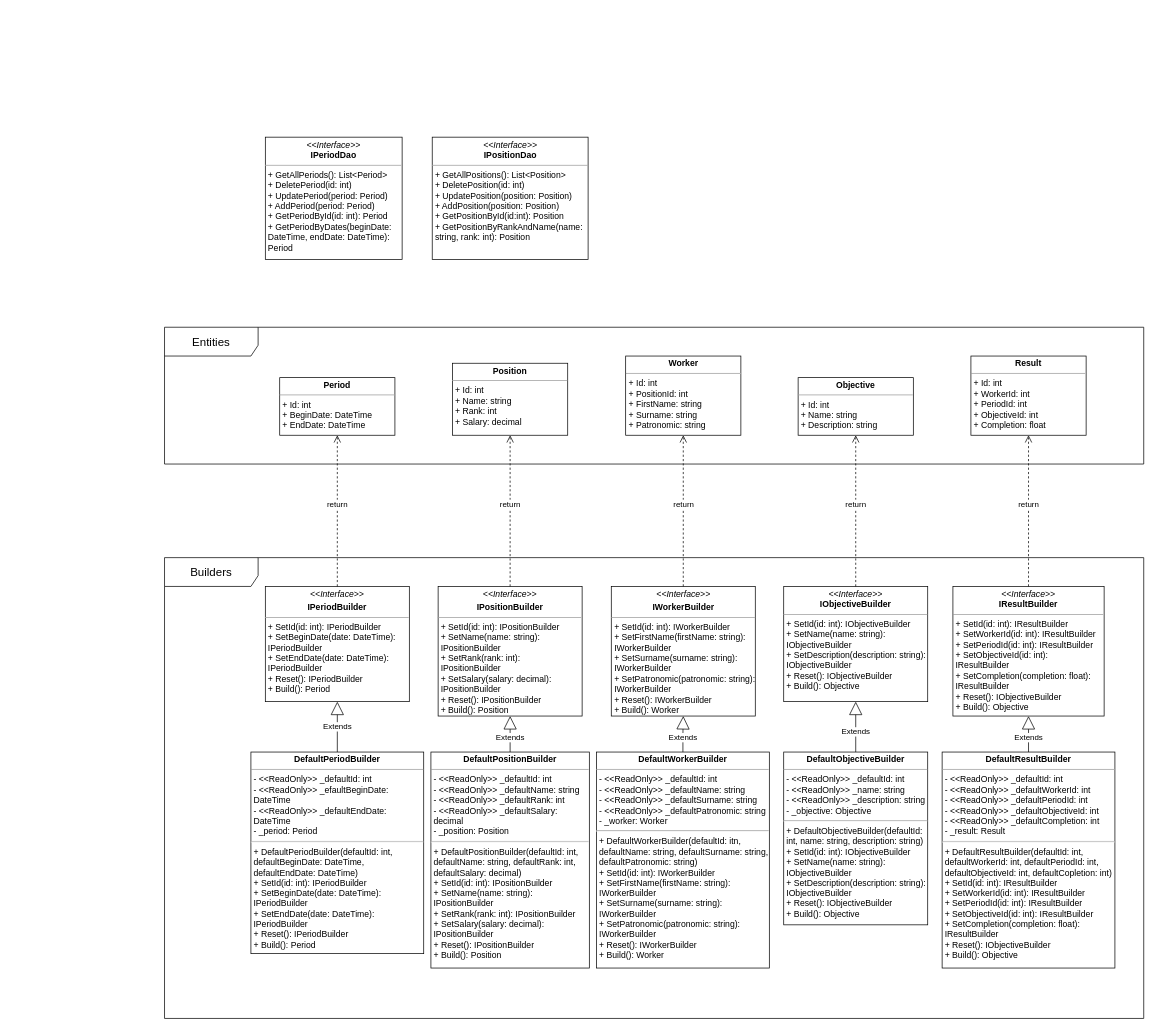
Mehanari/TaPP_Designs keeps this draw.io diagram as TaPP_First_Practice_Design.drawio. Above is the earlier version. Source tidied: cells renumbered, new cells numbered last; positions are measured from the earlier drawing's top-left corner, leaving out a move shared by most shapes. Both pictures are drawn from the tidied source at 72%, with x=0, y=0 at pixel (164, 137).
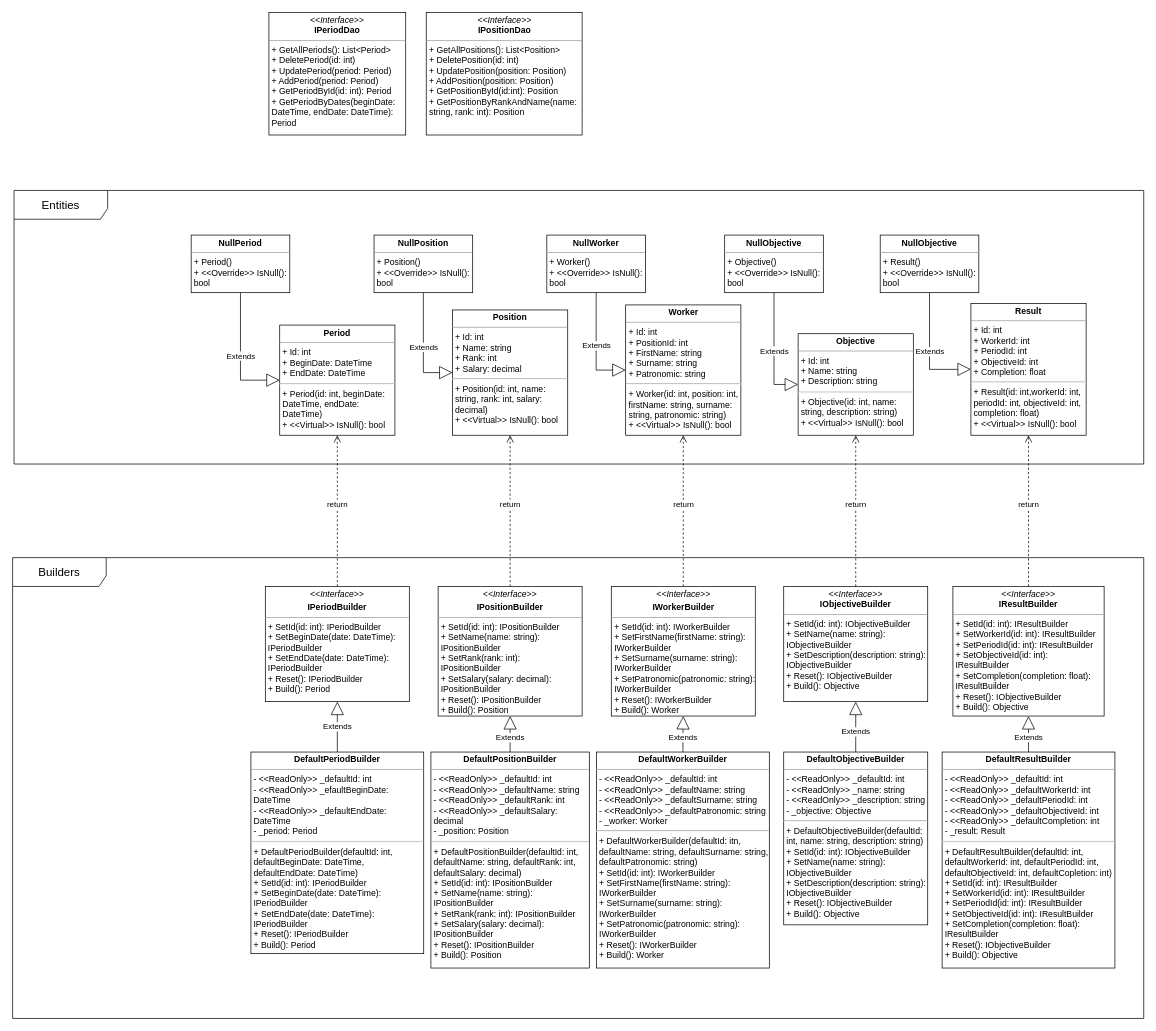
After the change.

What changed in the source:
```diff
@@
     <mxCell id="2" value="&lt;font style=&quot;font-size: 16px;&quot;&gt;Entities&lt;/font&gt;" style="shape=umlFrame;whiteSpace=wrap;html=1;width=130;height=40;" parent="1" vertex="1">
-      <mxGeometry y="264" width="1360" height="190" as="geometry" />
+      <mxGeometry x="-209" y="74" width="1569" height="380" as="geometry" />
     </mxCell>
-    <mxCell id="3" value="&lt;p style=&quot;margin:0px;margin-top:4px;text-align:center;&quot;&gt;&lt;b&gt;Period&lt;/b&gt;&lt;/p&gt;&lt;hr size=&quot;1&quot;&gt;&lt;p style=&quot;margin:0px;margin-left:4px;&quot;&gt;+ Id: int&lt;/p&gt;&lt;p style=&quot;margin:0px;margin-left:4px;&quot;&gt;+ BeginDate: DateTime&lt;/p&gt;&lt;p style=&quot;margin:0px;margin-left:4px;&quot;&gt;+ EndDate: DateTime&lt;/p&gt;" style="verticalAlign=top;align=left;overflow=fill;fontSize=12;fontFamily=Helvetica;html=1;whiteSpace=wrap;" parent="1" vertex="1">
-      <mxGeometry x="160" y="334" width="160" height="80" as="geometry" />
+    <mxCell id="3" value="&lt;p style=&quot;margin:0px;margin-top:4px;text-align:center;&quot;&gt;&lt;b&gt;Period&lt;/b&gt;&lt;/p&gt;&lt;hr size=&quot;1&quot;&gt;&lt;p style=&quot;margin:0px;margin-left:4px;&quot;&gt;+ Id: int&lt;/p&gt;&lt;p style=&quot;margin:0px;margin-left:4px;&quot;&gt;+ BeginDate: DateTime&lt;/p&gt;&lt;p style=&quot;margin:0px;margin-left:4px;&quot;&gt;+ EndDate: DateTime&lt;/p&gt;&lt;hr&gt;&lt;p style=&quot;margin:0px;margin-left:4px;&quot;&gt;+ Period(id: int, beginDate: DateTime, endDate: DateTime)&lt;/p&gt;&lt;p style=&quot;margin:0px;margin-left:4px;&quot;&gt;+ &amp;lt;&amp;lt;Virtual&amp;gt;&amp;gt; IsNull(): bool&lt;/p&gt;" style="verticalAlign=top;align=left;overflow=fill;fontSize=12;fontFamily=Helvetica;html=1;whiteSpace=wrap;" parent="1" vertex="1">
+      <mxGeometry x="160" y="261" width="160" height="153" as="geometry" />
     </mxCell>
-    <mxCell id="4" value="&lt;p style=&quot;margin:0px;margin-top:4px;text-align:center;&quot;&gt;&lt;b&gt;Position&lt;/b&gt;&lt;/p&gt;&lt;hr size=&quot;1&quot;&gt;&lt;p style=&quot;margin:0px;margin-left:4px;&quot;&gt;+ Id: int&lt;/p&gt;&lt;p style=&quot;margin:0px;margin-left:4px;&quot;&gt;+ Name: string&lt;/p&gt;&lt;p style=&quot;margin:0px;margin-left:4px;&quot;&gt;+ Rank: int&lt;/p&gt;&lt;p style=&quot;margin:0px;margin-left:4px;&quot;&gt;+ Salary: decimal&lt;/p&gt;" style="verticalAlign=top;align=left;overflow=fill;fontSize=12;fontFamily=Helvetica;html=1;whiteSpace=wrap;" parent="1" vertex="1">
-      <mxGeometry x="400" y="314" width="160" height="100" as="geometry" />
+    <mxCell id="4" value="&lt;p style=&quot;margin:0px;margin-top:4px;text-align:center;&quot;&gt;&lt;b&gt;Position&lt;/b&gt;&lt;/p&gt;&lt;hr size=&quot;1&quot;&gt;&lt;p style=&quot;margin:0px;margin-left:4px;&quot;&gt;+ Id: int&lt;/p&gt;&lt;p style=&quot;margin:0px;margin-left:4px;&quot;&gt;+ Name: string&lt;/p&gt;&lt;p style=&quot;margin:0px;margin-left:4px;&quot;&gt;+ Rank: int&lt;/p&gt;&lt;p style=&quot;margin:0px;margin-left:4px;&quot;&gt;+ Salary: decimal&lt;/p&gt;&lt;hr&gt;&lt;p style=&quot;margin:0px;margin-left:4px;&quot;&gt;+ Position(id: int, name: string, rank: int, salary: decimal)&lt;/p&gt;&lt;p style=&quot;margin:0px;margin-left:4px;&quot;&gt;+ &amp;lt;&amp;lt;Virtual&amp;gt;&amp;gt; IsNull(): bool&lt;/p&gt;" style="verticalAlign=top;align=left;overflow=fill;fontSize=12;fontFamily=Helvetica;html=1;whiteSpace=wrap;" parent="1" vertex="1">
+      <mxGeometry x="400" y="240" width="160" height="174" as="geometry" />
     </mxCell>
-    <mxCell id="5" value="&lt;p style=&quot;margin:0px;margin-top:4px;text-align:center;&quot;&gt;&lt;b&gt;Objective&lt;/b&gt;&lt;/p&gt;&lt;hr size=&quot;1&quot;&gt;&lt;p style=&quot;margin:0px;margin-left:4px;&quot;&gt;+ Id: int&lt;/p&gt;&lt;p style=&quot;margin:0px;margin-left:4px;&quot;&gt;+ Name: string&lt;/p&gt;&lt;p style=&quot;margin:0px;margin-left:4px;&quot;&gt;+ Description: string&lt;/p&gt;&lt;p style=&quot;margin:0px;margin-left:4px;&quot;&gt;&lt;br&gt;&lt;/p&gt;" style="verticalAlign=top;align=left;overflow=fill;fontSize=12;fontFamily=Helvetica;html=1;whiteSpace=wrap;" parent="1" vertex="1">
-      <mxGeometry x="880" y="334" width="160" height="80" as="geometry" />
+    <mxCell id="5" value="&lt;p style=&quot;margin:0px;margin-top:4px;text-align:center;&quot;&gt;&lt;b&gt;Objective&lt;/b&gt;&lt;/p&gt;&lt;hr size=&quot;1&quot;&gt;&lt;p style=&quot;margin:0px;margin-left:4px;&quot;&gt;+ Id: int&lt;/p&gt;&lt;p style=&quot;margin:0px;margin-left:4px;&quot;&gt;+ Name: string&lt;/p&gt;&lt;p style=&quot;margin:0px;margin-left:4px;&quot;&gt;+ Description: string&lt;/p&gt;&lt;hr&gt;&lt;p style=&quot;margin:0px;margin-left:4px;&quot;&gt;+ Objective(id: int, name: string, description: string)&lt;/p&gt;&lt;p style=&quot;margin:0px;margin-left:4px;&quot;&gt;+ &amp;lt;&amp;lt;Virtual&amp;gt;&amp;gt; IsNull(): bool&lt;/p&gt;&lt;p style=&quot;margin:0px;margin-left:4px;&quot;&gt;&lt;br&gt;&lt;/p&gt;" style="verticalAlign=top;align=left;overflow=fill;fontSize=12;fontFamily=Helvetica;html=1;whiteSpace=wrap;" parent="1" vertex="1">
+      <mxGeometry x="880" y="273" width="160" height="141" as="geometry" />
     </mxCell>
-    <mxCell id="6" value="&lt;p style=&quot;margin:0px;margin-top:4px;text-align:center;&quot;&gt;&lt;b&gt;Worker&lt;/b&gt;&lt;/p&gt;&lt;hr size=&quot;1&quot;&gt;&lt;p style=&quot;margin:0px;margin-left:4px;&quot;&gt;+ Id: int&lt;/p&gt;&lt;p style=&quot;margin:0px;margin-left:4px;&quot;&gt;+ PositionId: int&lt;/p&gt;&lt;p style=&quot;margin:0px;margin-left:4px;&quot;&gt;+ FirstName: string&lt;/p&gt;&lt;p style=&quot;margin:0px;margin-left:4px;&quot;&gt;+ Surname: string&lt;/p&gt;&lt;p style=&quot;margin:0px;margin-left:4px;&quot;&gt;+ Patronomic: string&lt;/p&gt;" style="verticalAlign=top;align=left;overflow=fill;fontSize=12;fontFamily=Helvetica;html=1;whiteSpace=wrap;" parent="1" vertex="1">
-      <mxGeometry x="640.5" y="304" width="160" height="110" as="geometry" />
+    <mxCell id="6" value="&lt;p style=&quot;margin:0px;margin-top:4px;text-align:center;&quot;&gt;&lt;b&gt;Worker&lt;/b&gt;&lt;/p&gt;&lt;hr size=&quot;1&quot;&gt;&lt;p style=&quot;margin:0px;margin-left:4px;&quot;&gt;+ Id: int&lt;/p&gt;&lt;p style=&quot;margin:0px;margin-left:4px;&quot;&gt;+ PositionId: int&lt;/p&gt;&lt;p style=&quot;margin:0px;margin-left:4px;&quot;&gt;+ FirstName: string&lt;/p&gt;&lt;p style=&quot;margin:0px;margin-left:4px;&quot;&gt;+ Surname: string&lt;/p&gt;&lt;p style=&quot;margin:0px;margin-left:4px;&quot;&gt;+ Patronomic: string&lt;/p&gt;&lt;hr&gt;&lt;p style=&quot;margin:0px;margin-left:4px;&quot;&gt;+ Worker(id: int, position: int, firstName: string, surname: string, patronomic: string)&lt;/p&gt;&lt;p style=&quot;margin:0px;margin-left:4px;&quot;&gt;+ &amp;lt;&amp;lt;Virtual&amp;gt;&amp;gt; IsNull(): bool&lt;/p&gt;" style="verticalAlign=top;align=left;overflow=fill;fontSize=12;fontFamily=Helvetica;html=1;whiteSpace=wrap;" parent="1" vertex="1">
+      <mxGeometry x="640.5" y="233" width="160" height="181" as="geometry" />
     </mxCell>
     <mxCell id="7" value="&lt;font style=&quot;font-size: 16px;&quot;&gt;Builders&lt;/font&gt;" style="shape=umlFrame;whiteSpace=wrap;html=1;width=130;height=40;" parent="1" vertex="1">
-      <mxGeometry y="584" width="1360" height="640" as="geometry" />
+      <mxGeometry x="-211" y="584" width="1571" height="640" as="geometry" />
     </mxCell>
@@
-    <mxCell id="16" value="&lt;p style=&quot;margin:0px;margin-top:4px;text-align:center;&quot;&gt;&lt;b&gt;Result&lt;/b&gt;&lt;/p&gt;&lt;hr size=&quot;1&quot;&gt;&lt;p style=&quot;margin:0px;margin-left:4px;&quot;&gt;+ Id: int&lt;/p&gt;&lt;p style=&quot;margin:0px;margin-left:4px;&quot;&gt;+ WorkerId: int&lt;/p&gt;&lt;p style=&quot;margin:0px;margin-left:4px;&quot;&gt;+ PeriodId: int&lt;/p&gt;&lt;p style=&quot;margin:0px;margin-left:4px;&quot;&gt;+ ObjectiveId: int&lt;/p&gt;&lt;p style=&quot;margin:0px;margin-left:4px;&quot;&gt;+ Completion: float&lt;/p&gt;&lt;p style=&quot;margin:0px;margin-left:4px;&quot;&gt;&lt;br&gt;&lt;/p&gt;" style="verticalAlign=top;align=left;overflow=fill;fontSize=12;fontFamily=Helvetica;html=1;whiteSpace=wrap;" parent="1" vertex="1">
-      <mxGeometry x="1120" y="304" width="160" height="110" as="geometry" />
+    <mxCell id="16" value="&lt;p style=&quot;margin:0px;margin-top:4px;text-align:center;&quot;&gt;&lt;b&gt;Result&lt;/b&gt;&lt;/p&gt;&lt;hr size=&quot;1&quot;&gt;&lt;p style=&quot;margin:0px;margin-left:4px;&quot;&gt;+ Id: int&lt;/p&gt;&lt;p style=&quot;margin:0px;margin-left:4px;&quot;&gt;+ WorkerId: int&lt;/p&gt;&lt;p style=&quot;margin:0px;margin-left:4px;&quot;&gt;+ PeriodId: int&lt;/p&gt;&lt;p style=&quot;margin:0px;margin-left:4px;&quot;&gt;+ ObjectiveId: int&lt;/p&gt;&lt;p style=&quot;margin:0px;margin-left:4px;&quot;&gt;+ Completion: float&lt;/p&gt;&lt;hr&gt;&lt;p style=&quot;margin:0px;margin-left:4px;&quot;&gt;+ Result(id: int,workerId: int, periodId: int, objectiveId: int, completion: float)&lt;/p&gt;&lt;p style=&quot;margin:0px;margin-left:4px;&quot;&gt;+ &amp;lt;&amp;lt;Virtual&amp;gt;&amp;gt; IsNull(): bool&lt;/p&gt;&lt;p style=&quot;margin:0px;margin-left:4px;&quot;&gt;&lt;br&gt;&lt;/p&gt;" style="verticalAlign=top;align=left;overflow=fill;fontSize=12;fontFamily=Helvetica;html=1;whiteSpace=wrap;" parent="1" vertex="1">
+      <mxGeometry x="1120" y="231" width="160" height="183" as="geometry" />
     </mxCell>
@@
     <mxCell id="29" value="&lt;p style=&quot;margin:0px;margin-top:4px;text-align:center;&quot;&gt;&lt;i&gt;&amp;lt;&amp;lt;Interface&amp;gt;&amp;gt;&lt;/i&gt;&lt;br&gt;&lt;b&gt;IPeriodDao&lt;/b&gt;&lt;/p&gt;&lt;hr size=&quot;1&quot;&gt;&lt;p style=&quot;margin:0px;margin-left:4px;&quot;&gt;+ GetAllPeriods(): List&amp;lt;Period&amp;gt;&lt;/p&gt;&lt;p style=&quot;margin:0px;margin-left:4px;&quot;&gt;+ DeletePeriod(id: int)&lt;/p&gt;&lt;p style=&quot;margin:0px;margin-left:4px;&quot;&gt;+ UpdatePeriod(period: Period)&lt;/p&gt;&lt;p style=&quot;margin:0px;margin-left:4px;&quot;&gt;+ AddPeriod(period: Period)&lt;/p&gt;&lt;p style=&quot;margin:0px;margin-left:4px;&quot;&gt;+ GetPeriodById(id: int): Period&lt;/p&gt;&lt;p style=&quot;margin:0px;margin-left:4px;&quot;&gt;+ GetPeriodByDates(beginDate: DateTime, endDate: DateTime): Period&lt;/p&gt;" style="verticalAlign=top;align=left;overflow=fill;fontSize=12;fontFamily=Helvetica;html=1;whiteSpace=wrap;" parent="1" vertex="1">
-      <mxGeometry x="140" width="190" height="170" as="geometry" />
+      <mxGeometry x="145" y="-173" width="190" height="170" as="geometry" />
     </mxCell>
     <mxCell id="30" value="&lt;p style=&quot;margin:0px;margin-top:4px;text-align:center;&quot;&gt;&lt;i&gt;&amp;lt;&amp;lt;Interface&amp;gt;&amp;gt;&lt;/i&gt;&lt;br&gt;&lt;b&gt;IPositionDao&lt;/b&gt;&lt;/p&gt;&lt;hr size=&quot;1&quot;&gt;&lt;p style=&quot;margin:0px;margin-left:4px;&quot;&gt;+ GetAllPositions(): List&amp;lt;Position&amp;gt;&lt;/p&gt;&lt;p style=&quot;margin:0px;margin-left:4px;&quot;&gt;+ DeletePosition(id: int)&lt;/p&gt;&lt;p style=&quot;margin:0px;margin-left:4px;&quot;&gt;+ UpdatePosition(position: Position)&lt;/p&gt;&lt;p style=&quot;margin:0px;margin-left:4px;&quot;&gt;+ AddPosition(position: Position)&lt;/p&gt;&lt;p style=&quot;margin:0px;margin-left:4px;&quot;&gt;+ GetPositionById(id:int): Position&lt;/p&gt;&lt;p style=&quot;margin:0px;margin-left:4px;&quot;&gt;+ GetPositionByRankAndName(name: string, rank: int): Position&lt;/p&gt;" style="verticalAlign=top;align=left;overflow=fill;fontSize=12;fontFamily=Helvetica;html=1;whiteSpace=wrap;" parent="1" vertex="1">
-      <mxGeometry x="371.8" width="216.5" height="170" as="geometry" />
+      <mxGeometry x="363.5" y="-173" width="216.5" height="170" as="geometry" />
     </mxCell>
+    <mxCell id="31" value="&lt;p style=&quot;margin:0px;margin-top:4px;text-align:center;&quot;&gt;&lt;b&gt;NullPeriod&lt;/b&gt;&lt;/p&gt;&lt;hr size=&quot;1&quot;&gt;&lt;p style=&quot;margin:0px;margin-left:4px;&quot;&gt;+ Period()&lt;/p&gt;&lt;p style=&quot;margin:0px;margin-left:4px;&quot;&gt;+ &amp;lt;&amp;lt;Override&amp;gt;&amp;gt; IsNull(): bool&lt;/p&gt;" style="verticalAlign=top;align=left;overflow=fill;fontSize=12;fontFamily=Helvetica;html=1;whiteSpace=wrap;" parent="1" vertex="1">
+      <mxGeometry x="37" y="136" width="137" height="80" as="geometry" />
+    </mxCell>
+    <mxCell id="32" value="Extends" style="endArrow=block;endSize=16;endFill=0;html=1;rounded=0;exitX=0.5;exitY=1;exitDx=0;exitDy=0;entryX=0;entryY=0.5;entryDx=0;entryDy=0;edgeStyle=orthogonalEdgeStyle;" parent="1" edge="1" source="31" target="3">
+      <mxGeometry relative="1" as="geometry" />
+    </mxCell>
+    <mxCell id="33" value="&lt;p style=&quot;margin:0px;margin-top:4px;text-align:center;&quot;&gt;&lt;b&gt;NullPosition&lt;/b&gt;&lt;/p&gt;&lt;hr size=&quot;1&quot;&gt;&lt;p style=&quot;margin:0px;margin-left:4px;&quot;&gt;+ Position()&lt;/p&gt;&lt;p style=&quot;margin:0px;margin-left:4px;&quot;&gt;+ &amp;lt;&amp;lt;Override&amp;gt;&amp;gt; IsNull(): bool&lt;/p&gt;" style="verticalAlign=top;align=left;overflow=fill;fontSize=12;fontFamily=Helvetica;html=1;whiteSpace=wrap;" parent="1" vertex="1">
+      <mxGeometry x="291" y="136" width="137" height="80" as="geometry" />
+    </mxCell>
+    <mxCell id="34" value="Extends" style="endArrow=block;endSize=16;endFill=0;html=1;rounded=0;exitX=0.5;exitY=1;exitDx=0;exitDy=0;entryX=0;entryY=0.5;entryDx=0;entryDy=0;edgeStyle=orthogonalEdgeStyle;" parent="1" edge="1" source="33" target="4">
+      <mxGeometry relative="1" as="geometry" />
+    </mxCell>
+    <mxCell id="35" value="&lt;p style=&quot;margin:0px;margin-top:4px;text-align:center;&quot;&gt;&lt;b&gt;NullWorker&lt;/b&gt;&lt;/p&gt;&lt;hr size=&quot;1&quot;&gt;&lt;p style=&quot;margin:0px;margin-left:4px;&quot;&gt;+ Worker()&lt;/p&gt;&lt;p style=&quot;margin:0px;margin-left:4px;&quot;&gt;+ &amp;lt;&amp;lt;Override&amp;gt;&amp;gt; IsNull(): bool&lt;/p&gt;" style="verticalAlign=top;align=left;overflow=fill;fontSize=12;fontFamily=Helvetica;html=1;whiteSpace=wrap;" parent="1" vertex="1">
+      <mxGeometry x="531" y="136" width="137" height="80" as="geometry" />
+    </mxCell>
+    <mxCell id="36" value="Extends" style="endArrow=block;endSize=16;endFill=0;html=1;rounded=0;exitX=0.5;exitY=1;exitDx=0;exitDy=0;entryX=0;entryY=0.5;entryDx=0;entryDy=0;edgeStyle=orthogonalEdgeStyle;" parent="1" edge="1" source="35" target="6">
+      <mxGeometry relative="1" as="geometry" />
+    </mxCell>
+    <mxCell id="37" value="&lt;p style=&quot;margin:0px;margin-top:4px;text-align:center;&quot;&gt;&lt;b&gt;NullObjective&lt;/b&gt;&lt;/p&gt;&lt;hr size=&quot;1&quot;&gt;&lt;p style=&quot;margin:0px;margin-left:4px;&quot;&gt;+ Objective()&lt;/p&gt;&lt;p style=&quot;margin:0px;margin-left:4px;&quot;&gt;+ &amp;lt;&amp;lt;Override&amp;gt;&amp;gt; IsNull(): bool&lt;/p&gt;" style="verticalAlign=top;align=left;overflow=fill;fontSize=12;fontFamily=Helvetica;html=1;whiteSpace=wrap;" parent="1" vertex="1">
+      <mxGeometry x="778" y="136" width="137" height="80" as="geometry" />
+    </mxCell>
+    <mxCell id="38" value="Extends" style="endArrow=block;endSize=16;endFill=0;html=1;rounded=0;exitX=0.5;exitY=1;exitDx=0;exitDy=0;entryX=0;entryY=0.5;entryDx=0;entryDy=0;edgeStyle=orthogonalEdgeStyle;" parent="1" edge="1" source="37" target="5">
+      <mxGeometry relative="1" as="geometry" />
+    </mxCell>
+    <mxCell id="39" value="&lt;p style=&quot;margin:0px;margin-top:4px;text-align:center;&quot;&gt;&lt;b&gt;NullObjective&lt;/b&gt;&lt;/p&gt;&lt;hr size=&quot;1&quot;&gt;&lt;p style=&quot;margin:0px;margin-left:4px;&quot;&gt;+ Result()&lt;/p&gt;&lt;p style=&quot;margin:0px;margin-left:4px;&quot;&gt;+ &amp;lt;&amp;lt;Override&amp;gt;&amp;gt; IsNull(): bool&lt;/p&gt;" style="verticalAlign=top;align=left;overflow=fill;fontSize=12;fontFamily=Helvetica;html=1;whiteSpace=wrap;" parent="1" vertex="1">
+      <mxGeometry x="994" y="136" width="137" height="80" as="geometry" />
+    </mxCell>
+    <mxCell id="40" value="Extends" style="endArrow=block;endSize=16;endFill=0;html=1;rounded=0;exitX=0.5;exitY=1;exitDx=0;exitDy=0;entryX=0;entryY=0.5;entryDx=0;entryDy=0;edgeStyle=orthogonalEdgeStyle;" parent="1" edge="1" source="39" target="16">
+      <mxGeometry relative="1" as="geometry" />
+    </mxCell>
```
